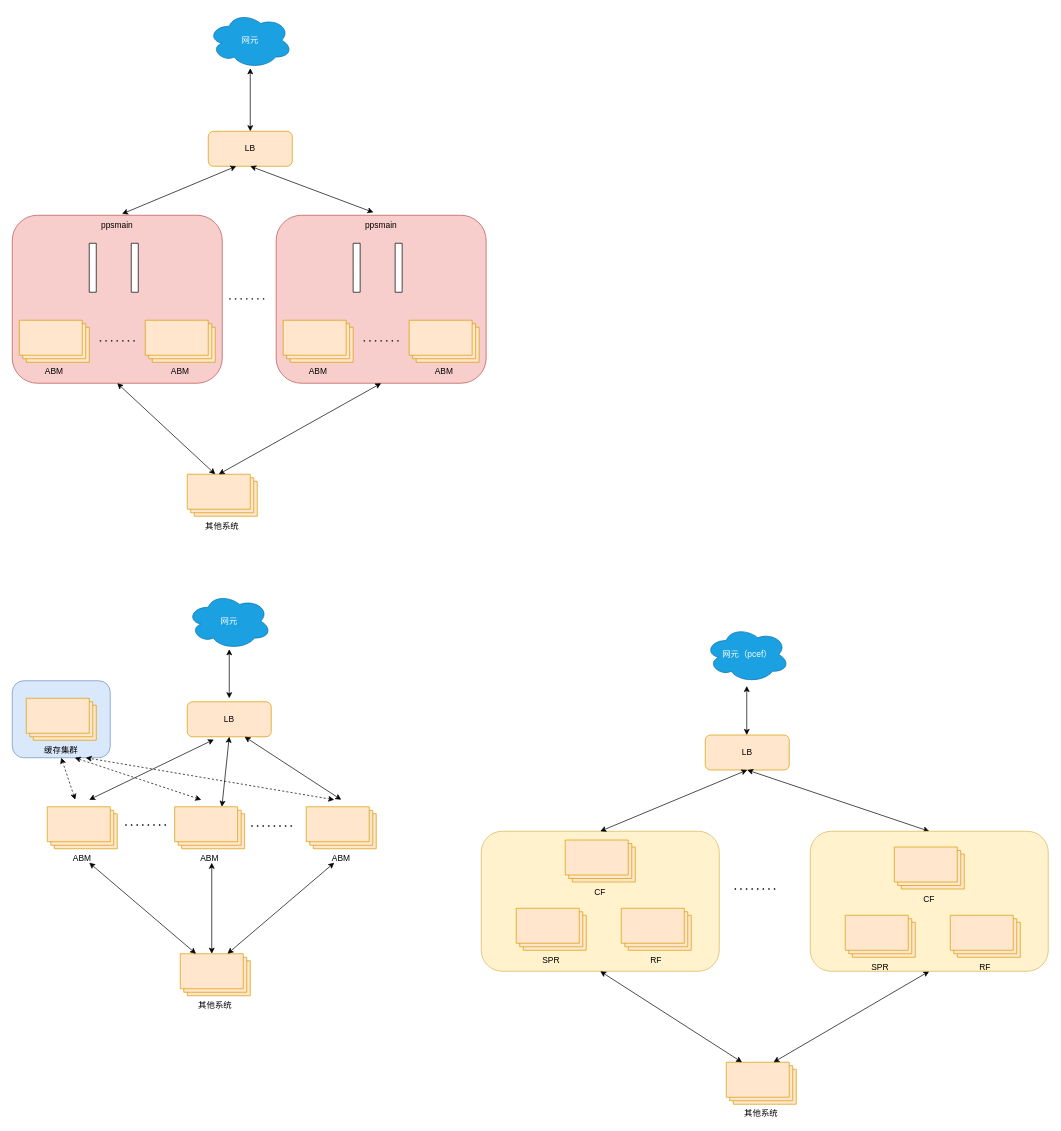
Before: 未命名绘图22.drawio in buf1024/drawio, a draw.io diagram. Source tidied: cells renumbered, new cells numbered last; positions are measured from the earlier drawing's top-left corner, leaving out a move shared by most shapes. Both pictures are drawn from the tidied source at 70%, with x=0, y=0 at pixel (12, 12).
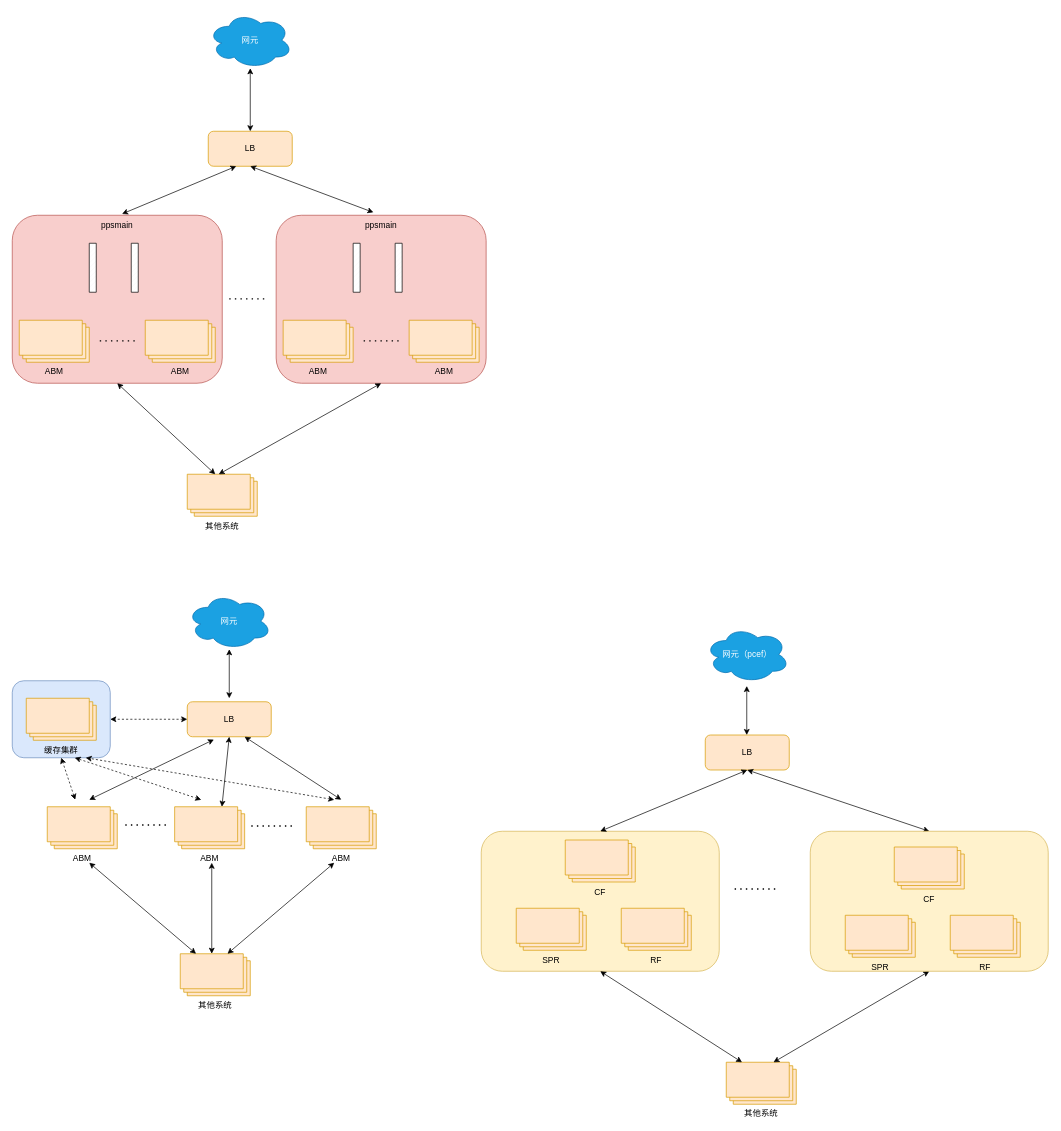
Above is the later version.

Commit message:
更新未命名绘图22.drawio

Unchanged cells that the change refers to:
```xml
<mxCell id="3" style="rounded=1;whiteSpace=wrap;html=1;fillColor=#dae8fc;strokeColor=#6c8ebf;" parent="1" vertex="1">
  <mxGeometry y="955" width="140" height="110" as="geometry" />
</mxCell>
<mxCell id="23" value="LB" style="rounded=1;whiteSpace=wrap;html=1;fillColor=#ffe6cc;strokeColor=#d79b00;" parent="1" vertex="1">
  <mxGeometry x="250" y="985" width="120" height="50" as="geometry" />
</mxCell>
```

Change to the diagram source:
```diff
@@
+    <mxCell id="60" style="endArrow=classic;startArrow=classic;html=1;rounded=0;dashed=1;entryX=1;entryY=0.5;entryDx=0;entryDy=0;exitX=0;exitY=0.5;exitDx=0;exitDy=0;" parent="1" edge="1" source="23" target="3">
+      <mxGeometry relative="1" as="geometry" />
+    </mxCell>
```
